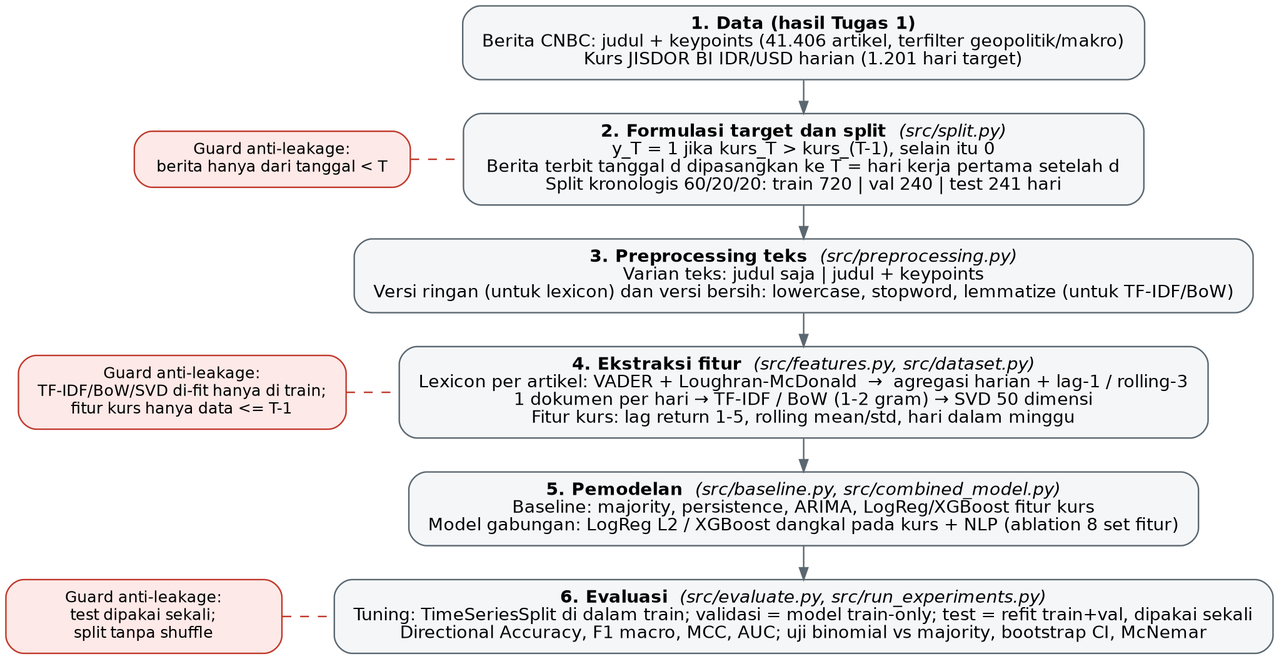
marcoyap41/geopolitic-sentiment-analysis keeps this Graphviz diagram as report/pipeline.png. Above is the earlier version. Its source is kept beside it as report/pipeline.dot. Its diagram source:
```dot
digraph P {
  rankdir=TB; nodesep=0.5; ranksep=0.32; fontname="Helvetica";
  node [shape=box, style="rounded,filled", fillcolor="#f4f6f8", color="#5b6770", fontname="Helvetica", fontsize=12, margin="0.18,0.10", width=6.4];
  edge [color="#5b6770", arrowsize=0.8];

  s1 [label=<<B>1. Data (hasil Tugas 1)</B><BR/>Berita CNBC: judul + keypoints (41.406 artikel, terfilter geopolitik/makro)<BR/>Kurs JISDOR BI IDR/USD harian (1.201 hari target)>];
  s2 [label=<<B>2. Formulasi target dan split</B>  <I>(src/split.py)</I><BR/>y_T = 1 jika kurs_T &gt; kurs_(T-1), selain itu 0<BR/>Berita terbit tanggal d dipasangkan ke T = hari kerja pertama setelah d<BR/>Split kronologis 60/20/20: train 720 | val 240 | test 241 hari>];
  s3 [label=<<B>3. Preprocessing teks</B>  <I>(src/preprocessing.py)</I><BR/>Varian teks: judul saja | judul + keypoints<BR/>Versi ringan (untuk lexicon) dan versi bersih: lowercase, stopword, lemmatize (untuk TF-IDF/BoW)>];
  s4 [label=<<B>4. Ekstraksi fitur</B>  <I>(src/features.py, src/dataset.py)</I><BR/>Lexicon per artikel: VADER + Loughran-McDonald  →  agregasi harian + lag-1 / rolling-3<BR/>1 dokumen per hari → TF-IDF / BoW (1-2 gram) → SVD 50 dimensi<BR/>Fitur kurs: lag return 1-5, rolling mean/std, hari dalam minggu>];
  s5 [label=<<B>5. Pemodelan</B>  <I>(src/baseline.py, src/combined_model.py)</I><BR/>Baseline: majority, persistence, ARIMA, LogReg/XGBoost fitur kurs<BR/>Model gabungan: LogReg L2 / XGBoost dangkal pada kurs + NLP (ablation 8 set fitur)>];
  s6 [label=<<B>6. Evaluasi</B>  <I>(src/evaluate.py, src/run_experiments.py)</I><BR/>Tuning: TimeSeriesSplit di dalam train; validasi = model train-only; test = refit train+val, dipakai sekali<BR/>Directional Accuracy, F1 macro, MCC, AUC; uji binomial vs majority, bootstrap CI, McNemar>];

  s1 -> s2 -> s3 -> s4 -> s5 -> s6;

  g1 [label="Guard anti-leakage:\nberita hanya dari tanggal < T", shape=box, style="rounded,filled", fillcolor="#fde9e7", color="#c0392b", fontsize=10.5, width=2.6];
  g2 [label="Guard anti-leakage:\nTF-IDF/BoW/SVD di-fit hanya di train;\nfitur kurs hanya data <= T-1", shape=box, style="rounded,filled", fillcolor="#fde9e7", color="#c0392b", fontsize=10.5, width=2.6];
  g3 [label="Guard anti-leakage:\ntest dipakai sekali;\nsplit tanpa shuffle", shape=box, style="rounded,filled", fillcolor="#fde9e7", color="#c0392b", fontsize=10.5, width=2.6];
  {rank=same; s2; g1} {rank=same; s4; g2} {rank=same; s6; g3}
  g1 -> s2 [dir=none, style=dashed, color="#c0392b"];
  g2 -> s4 [dir=none, style=dashed, color="#c0392b"];
  g3 -> s6 [dir=none, style=dashed, color="#c0392b"];
}
```
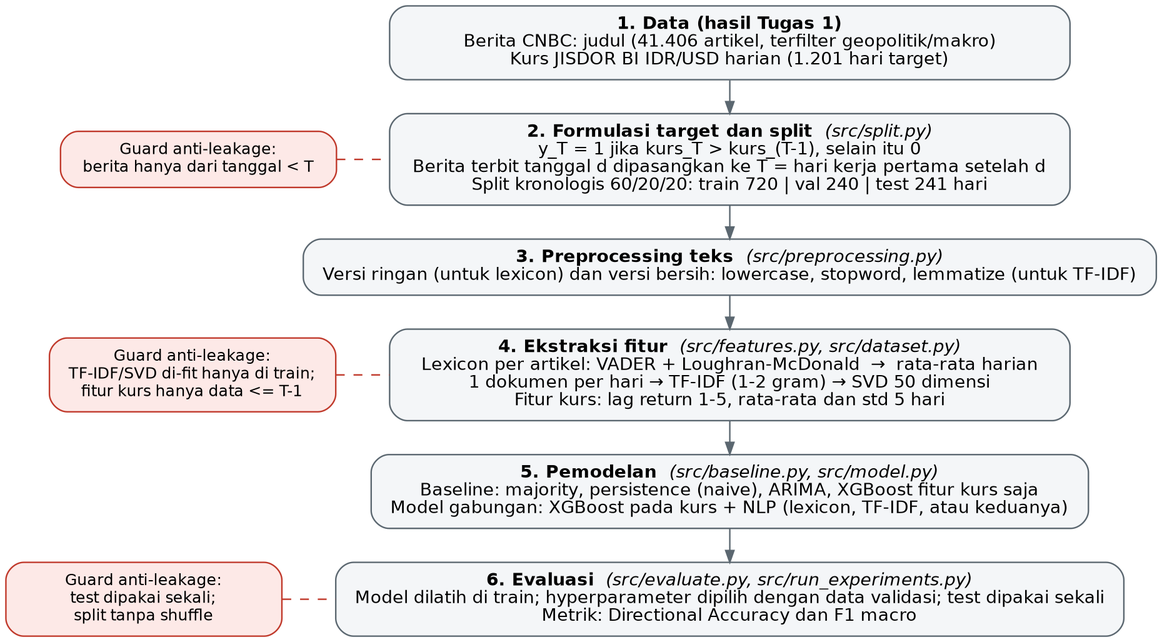
After the commit.

Change to the diagram source:
```diff
@@ -3,17 +3,17 @@
   node [shape=box, style="rounded,filled", fillcolor="#f4f6f8", color="#5b6770", fontname="Helvetica", fontsize=12, margin="0.18,0.10", width=6.4];
   edge [color="#5b6770", arrowsize=0.8];
 
-  s1 [label=<<B>1. Data (hasil Tugas 1)</B><BR/>Berita CNBC: judul + keypoints (41.406 artikel, terfilter geopolitik/makro)<BR/>Kurs JISDOR BI IDR/USD harian (1.201 hari target)>];
+  s1 [label=<<B>1. Data (hasil Tugas 1)</B><BR/>Berita CNBC: judul (41.406 artikel, terfilter geopolitik/makro)<BR/>Kurs JISDOR BI IDR/USD harian (1.201 hari target)>];
   s2 [label=<<B>2. Formulasi target dan split</B>  <I>(src/split.py)</I><BR/>y_T = 1 jika kurs_T &gt; kurs_(T-1), selain itu 0<BR/>Berita terbit tanggal d dipasangkan ke T = hari kerja pertama setelah d<BR/>Split kronologis 60/20/20: train 720 | val 240 | test 241 hari>];
-  s3 [label=<<B>3. Preprocessing teks</B>  <I>(src/preprocessing.py)</I><BR/>Varian teks: judul saja | judul + keypoints<BR/>Versi ringan (untuk lexicon) dan versi bersih: lowercase, stopword, lemmatize (untuk TF-IDF/BoW)>];
-  s4 [label=<<B>4. Ekstraksi fitur</B>  <I>(src/features.py, src/dataset.py)</I><BR/>Lexicon per artikel: VADER + Loughran-McDonald  →  agregasi harian + lag-1 / rolling-3<BR/>1 dokumen per hari → TF-IDF / BoW (1-2 gram) → SVD 50 dimensi<BR/>Fitur kurs: lag return 1-5, rolling mean/std, hari dalam minggu>];
-  s5 [label=<<B>5. Pemodelan</B>  <I>(src/baseline.py, src/combined_model.py)</I><BR/>Baseline: majority, persistence, ARIMA, LogReg/XGBoost fitur kurs<BR/>Model gabungan: LogReg L2 / XGBoost dangkal pada kurs + NLP (ablation 8 set fitur)>];
-  s6 [label=<<B>6. Evaluasi</B>  <I>(src/evaluate.py, src/run_experiments.py)</I><BR/>Tuning: TimeSeriesSplit di dalam train; validasi = model train-only; test = refit train+val, dipakai sekali<BR/>Directional Accuracy, F1 macro, MCC, AUC; uji binomial vs majority, bootstrap CI, McNemar>];
+  s3 [label=<<B>3. Preprocessing teks</B>  <I>(src/preprocessing.py)</I><BR/>Versi ringan (untuk lexicon) dan versi bersih: lowercase, stopword, lemmatize (untuk TF-IDF)>];
+  s4 [label=<<B>4. Ekstraksi fitur</B>  <I>(src/features.py, src/dataset.py)</I><BR/>Lexicon per artikel: VADER + Loughran-McDonald  →  rata-rata harian<BR/>1 dokumen per hari → TF-IDF (1-2 gram) → SVD 50 dimensi<BR/>Fitur kurs: lag return 1-5, rata-rata dan std 5 hari>];
+  s5 [label=<<B>5. Pemodelan</B>  <I>(src/baseline.py, src/model.py)</I><BR/>Baseline: majority, persistence (naive), ARIMA, XGBoost fitur kurs saja<BR/>Model gabungan: XGBoost pada kurs + NLP (lexicon, TF-IDF, atau keduanya)>];
+  s6 [label=<<B>6. Evaluasi</B>  <I>(src/evaluate.py, src/run_experiments.py)</I><BR/>Model dilatih di train; hyperparameter dipilih dengan data validasi; test dipakai sekali<BR/>Metrik: Directional Accuracy dan F1 macro>];
 
   s1 -> s2 -> s3 -> s4 -> s5 -> s6;
 
   g1 [label="Guard anti-leakage:\nberita hanya dari tanggal < T", shape=box, style="rounded,filled", fillcolor="#fde9e7", color="#c0392b", fontsize=10.5, width=2.6];
-  g2 [label="Guard anti-leakage:\nTF-IDF/BoW/SVD di-fit hanya di train;\nfitur kurs hanya data <= T-1", shape=box, style="rounded,filled", fillcolor="#fde9e7", color="#c0392b", fontsize=10.5, width=2.6];
+  g2 [label="Guard anti-leakage:\nTF-IDF/SVD di-fit hanya di train;\nfitur kurs hanya data <= T-1", shape=box, style="rounded,filled", fillcolor="#fde9e7", color="#c0392b", fontsize=10.5, width=2.6];
   g3 [label="Guard anti-leakage:\ntest dipakai sekali;\nsplit tanpa shuffle", shape=box, style="rounded,filled", fillcolor="#fde9e7", color="#c0392b", fontsize=10.5, width=2.6];
   {rank=same; s2; g1} {rank=same; s4; g2} {rank=same; s6; g3}
   g1 -> s2 [dir=none, style=dashed, color="#c0392b"];
```
